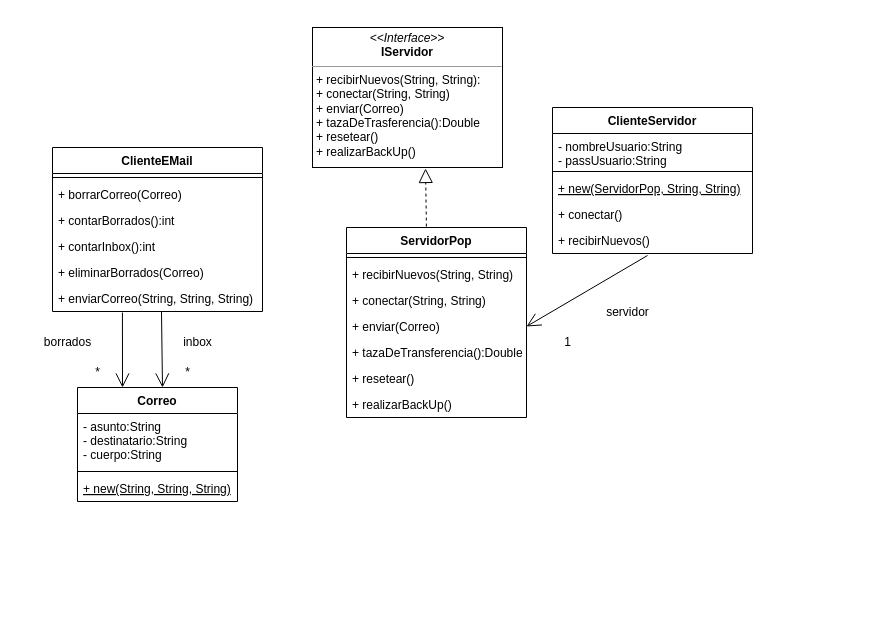
Earlier version of the draw.io diagram Unq-po2-tp6-clienteEMail.drawio (nhubczyk/Diagramas-UML). Source tidied: cells renumbered, new cells numbered last; positions are measured from the earlier drawing's top-left corner, leaving out a move shared by most shapes. Both pictures are drawn from the tidied source at 100%, with x=0, y=0 at pixel (32, 27).
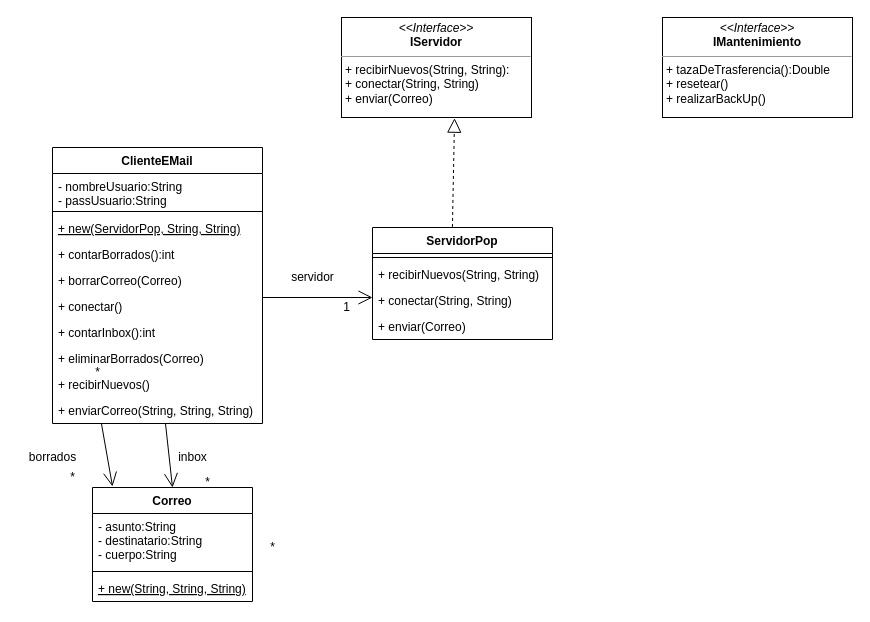
The same page after the edit.

The change refers to these unchanged cells:
```xml
<mxCell id="14" value="+ enviar(Correo)&#10;" style="text;strokeColor=none;fillColor=none;align=left;verticalAlign=top;spacingLeft=4;spacingRight=4;overflow=hidden;points=[[0,0.5],[1,0.5]];portConstraint=eastwest;" parent="10" vertex="1">
  <mxGeometry y="86" width="180" height="26" as="geometry" />
</mxCell>
```

What changed in the source:
```diff
@@
     <mxCell id="2" value="ClienteEMail" style="swimlane;fontStyle=1;align=center;verticalAlign=top;horizontal=1;startSize=26;" parent="1" vertex="1">
-      <mxGeometry x="20" y="120" width="210" height="164" as="geometry" />
+      <mxGeometry x="20" y="120" width="210" height="276" as="geometry" />
     </mxCell>
+    <mxCell id="26" value="- nombreUsuario:String&#10;- passUsuario:String&#10;" style="text;strokeColor=none;fillColor=none;align=left;verticalAlign=top;spacingLeft=4;spacingRight=4;overflow=hidden;" parent="2" vertex="1">
+      <mxGeometry y="26" width="210" height="34" as="geometry" />
+    </mxCell>
     <mxCell id="3" style="line;strokeWidth=1;fillColor=none;align=left;verticalAlign=middle;spacingTop=-1;spacingLeft=3;spacingRight=3;labelPosition=right;strokeColor=inherit;" parent="2" vertex="1">
-      <mxGeometry y="26" width="210" height="8" as="geometry" />
+      <mxGeometry y="60" width="210" height="8" as="geometry" />
     </mxCell>
+    <mxCell id="28" value="+ new(ServidorPop, String, String)" style="text;strokeColor=none;fillColor=none;align=left;verticalAlign=top;spacingLeft=4;spacingRight=4;overflow=hidden;fontStyle=4;" parent="2" vertex="1">
+      <mxGeometry y="68" width="210" height="26" as="geometry" />
+    </mxCell>
+    <mxCell id="5" value="+ contarBorrados():int" style="text;strokeColor=none;fillColor=none;align=left;verticalAlign=top;spacingLeft=4;spacingRight=4;overflow=hidden;fontStyle=0;" parent="2" vertex="1">
+      <mxGeometry y="94" width="210" height="26" as="geometry" />
+    </mxCell>
     <mxCell id="4" value="+ borrarCorreo(Correo)" style="text;strokeColor=none;fillColor=none;align=left;verticalAlign=top;spacingLeft=4;spacingRight=4;overflow=hidden;fontStyle=0;" parent="2" vertex="1">
-      <mxGeometry y="34" width="210" height="26" as="geometry" />
+      <mxGeometry y="120" width="210" height="26" as="geometry" />
     </mxCell>
-    <mxCell id="5" value="+ contarBorrados():int" style="text;strokeColor=none;fillColor=none;align=left;verticalAlign=top;spacingLeft=4;spacingRight=4;overflow=hidden;fontStyle=0;" parent="2" vertex="1">
-      <mxGeometry y="60" width="210" height="26" as="geometry" />
-    </mxCell>
+    <mxCell id="29" value="+ conectar()" style="text;strokeColor=none;fillColor=none;align=left;verticalAlign=top;spacingLeft=4;spacingRight=4;overflow=hidden;fontStyle=0;" parent="2" vertex="1">
+      <mxGeometry y="146" width="210" height="26" as="geometry" />
+    </mxCell>
     <mxCell id="6" value="+ contarInbox():int" style="text;strokeColor=none;fillColor=none;align=left;verticalAlign=top;spacingLeft=4;spacingRight=4;overflow=hidden;fontStyle=0;" parent="2" vertex="1">
-      <mxGeometry y="86" width="210" height="26" as="geometry" />
+      <mxGeometry y="172" width="210" height="26" as="geometry" />
     </mxCell>
     <mxCell id="7" value="+ eliminarBorrados(Correo)" style="text;strokeColor=none;fillColor=none;align=left;verticalAlign=top;spacingLeft=4;spacingRight=4;overflow=hidden;fontStyle=0;" parent="2" vertex="1">
-      <mxGeometry y="112" width="210" height="26" as="geometry" />
+      <mxGeometry y="198" width="210" height="26" as="geometry" />
     </mxCell>
+    <mxCell id="30" value="+ recibirNuevos()" style="text;strokeColor=none;fillColor=none;align=left;verticalAlign=top;spacingLeft=4;spacingRight=4;overflow=hidden;points=[[0,0.5],[1,0.5]];portConstraint=eastwest;fontStyle=0;" parent="2" vertex="1">
+      <mxGeometry y="224" width="210" height="26" as="geometry" />
+    </mxCell>
     <mxCell id="8" value="+ enviarCorreo(String, String, String)" style="text;strokeColor=none;fillColor=none;align=left;verticalAlign=top;spacingLeft=4;spacingRight=4;overflow=hidden;points=[[0,0.5],[1,0.5]];portConstraint=eastwest;fontStyle=0;" parent="2" vertex="1">
-      <mxGeometry y="138" width="210" height="26" as="geometry" />
+      <mxGeometry y="250" width="210" height="26" as="geometry" />
     </mxCell>
-    <mxCell id="9" value="&lt;p style=&quot;margin:0px;margin-top:4px;text-align:center;&quot;&gt;&lt;i&gt;&amp;lt;&amp;lt;Interface&amp;gt;&amp;gt;&lt;/i&gt;&lt;br&gt;&lt;b&gt;IServidor&lt;/b&gt;&lt;/p&gt;&lt;hr size=&quot;1&quot;&gt;&lt;p style=&quot;margin:0px;margin-left:4px;&quot;&gt;&lt;/p&gt;&lt;p style=&quot;margin:0px;margin-left:4px;&quot;&gt;+ recibirNuevos(String, String):&lt;/p&gt;&lt;p style=&quot;margin:0px;margin-left:4px;&quot;&gt;+ conectar(String, String)&lt;/p&gt;&lt;p style=&quot;margin:0px;margin-left:4px;&quot;&gt;+ enviar(Correo)&lt;/p&gt;&lt;p style=&quot;margin:0px;margin-left:4px;&quot;&gt;+ tazaDeTrasferencia():Double&lt;/p&gt;&lt;p style=&quot;margin:0px;margin-left:4px;&quot;&gt;+ resetear()&lt;/p&gt;&lt;p style=&quot;margin:0px;margin-left:4px;&quot;&gt;+ realizarBackUp()&lt;/p&gt;" style="verticalAlign=top;align=left;overflow=fill;fontSize=12;fontFamily=Helvetica;html=1;" parent="1" vertex="1">
-      <mxGeometry x="280" width="190" height="140" as="geometry" />
+    <mxCell id="9" value="&lt;p style=&quot;margin:0px;margin-top:4px;text-align:center;&quot;&gt;&lt;i&gt;&amp;lt;&amp;lt;Interface&amp;gt;&amp;gt;&lt;/i&gt;&lt;br&gt;&lt;b&gt;IServidor&lt;/b&gt;&lt;/p&gt;&lt;hr size=&quot;1&quot;&gt;&lt;p style=&quot;margin:0px;margin-left:4px;&quot;&gt;&lt;/p&gt;&lt;p style=&quot;margin:0px;margin-left:4px;&quot;&gt;+ recibirNuevos(String, String):&lt;/p&gt;&lt;p style=&quot;margin:0px;margin-left:4px;&quot;&gt;+ conectar(String, String)&lt;/p&gt;&lt;p style=&quot;margin:0px;margin-left:4px;&quot;&gt;+ enviar(Correo)&lt;/p&gt;&lt;p style=&quot;margin:0px;margin-left:4px;&quot;&gt;&lt;br&gt;&lt;/p&gt;" style="verticalAlign=top;align=left;overflow=fill;fontSize=12;fontFamily=Helvetica;html=1;" parent="1" vertex="1">
+      <mxGeometry x="309" y="-10" width="190" height="100" as="geometry" />
     </mxCell>
     <mxCell id="10" value="ServidorPop" style="swimlane;fontStyle=1;align=center;verticalAlign=top;horizontal=1;startSize=26;" parent="1" vertex="1">
-      <mxGeometry x="314" y="200" width="180" height="190" as="geometry" />
+      <mxGeometry x="340" y="200" width="180" height="112" as="geometry" />
     </mxCell>
@@
-    <mxCell id="15" value="+ tazaDeTransferencia():Double&#10;" style="text;strokeColor=none;fillColor=none;align=left;verticalAlign=top;spacingLeft=4;spacingRight=4;overflow=hidden;" parent="10" vertex="1">
-      <mxGeometry y="112" width="180" height="26" as="geometry" />
-    </mxCell>
-    <mxCell id="16" value="+ resetear()" style="text;strokeColor=none;fillColor=none;align=left;verticalAlign=top;spacingLeft=4;spacingRight=4;overflow=hidden;" parent="10" vertex="1">
-      <mxGeometry y="138" width="180" height="26" as="geometry" />
-    </mxCell>
-    <mxCell id="17" value="+ realizarBackUp()" style="text;strokeColor=none;fillColor=none;align=left;verticalAlign=top;spacingLeft=4;spacingRight=4;overflow=hidden;" parent="10" vertex="1">
-      <mxGeometry y="164" width="180" height="26" as="geometry" />
-    </mxCell>
@@
-    <mxCell id="19" style="endArrow=open;endFill=1;endSize=12;html=1;rounded=0;entryX=0.5;entryY=0;entryDx=0;entryDy=0;exitX=0.519;exitY=1;exitDx=0;exitDy=0;exitPerimeter=0;" parent="1" edge="1" source="8">
-      <mxGeometry relative="1" as="geometry">
-        <mxPoint x="130" y="360" as="targetPoint" />
-      </mxGeometry>
-    </mxCell>
-    <mxCell id="20" value="inbox" style="text;html=1;align=center;verticalAlign=middle;strokeColor=none;fillColor=none;" parent="1" vertex="1">
-      <mxGeometry x="140" y="300" width="50" height="30" as="geometry" />
-    </mxCell>
-    <mxCell id="21" value="*" style="text;html=1;align=center;verticalAlign=middle;strokeColor=none;fillColor=none;" parent="1" vertex="1">
-      <mxGeometry x="140" y="330" width="30" height="30" as="geometry" />
-    </mxCell>
-    <mxCell id="22" style="endArrow=open;endFill=1;endSize=12;html=1;rounded=0;entryX=0.25;entryY=0;entryDx=0;entryDy=0;exitX=0.333;exitY=1.038;exitDx=0;exitDy=0;exitPerimeter=0;" parent="1" edge="1" source="8">
-      <mxGeometry relative="1" as="geometry">
-        <mxPoint x="90" y="360" as="targetPoint" />
-      </mxGeometry>
-    </mxCell>
-    <mxCell id="23" value="borrados&lt;br&gt;" style="text;html=1;align=center;verticalAlign=middle;strokeColor=none;fillColor=none;" parent="1" vertex="1">
-      <mxGeometry y="300" width="70" height="30" as="geometry" />
-    </mxCell>
@@
-    <mxCell id="25" value="ClienteServidor&#10;" style="swimlane;fontStyle=1;align=center;verticalAlign=top;horizontal=1;startSize=26;" parent="1" vertex="1">
-      <mxGeometry x="520" y="80" width="200" height="146" as="geometry" />
-    </mxCell>
-    <mxCell id="26" value="- nombreUsuario:String&#10;- passUsuario:String&#10;" style="text;strokeColor=none;fillColor=none;align=left;verticalAlign=top;spacingLeft=4;spacingRight=4;overflow=hidden;" parent="25" vertex="1">
-      <mxGeometry y="26" width="200" height="34" as="geometry" />
-    </mxCell>
-    <mxCell id="27" style="line;strokeWidth=1;fillColor=none;align=left;verticalAlign=middle;spacingTop=-1;spacingLeft=3;spacingRight=3;labelPosition=right;strokeColor=inherit;" parent="25" vertex="1">
-      <mxGeometry y="60" width="200" height="8" as="geometry" />
-    </mxCell>
-    <mxCell id="28" value="+ new(ServidorPop, String, String)" style="text;strokeColor=none;fillColor=none;align=left;verticalAlign=top;spacingLeft=4;spacingRight=4;overflow=hidden;fontStyle=4;" parent="25" vertex="1">
-      <mxGeometry y="68" width="200" height="26" as="geometry" />
-    </mxCell>
-    <mxCell id="29" value="+ conectar()" style="text;strokeColor=none;fillColor=none;align=left;verticalAlign=top;spacingLeft=4;spacingRight=4;overflow=hidden;fontStyle=0;" parent="25" vertex="1">
-      <mxGeometry y="94" width="200" height="26" as="geometry" />
-    </mxCell>
-    <mxCell id="30" value="+ recibirNuevos()" style="text;strokeColor=none;fillColor=none;align=left;verticalAlign=top;spacingLeft=4;spacingRight=4;overflow=hidden;points=[[0,0.5],[1,0.5]];portConstraint=eastwest;fontStyle=0;" parent="25" vertex="1">
-      <mxGeometry y="120" width="200" height="26" as="geometry" />
-    </mxCell>
-    <mxCell id="31" value="servidor" style="text;html=1;align=center;verticalAlign=middle;strokeColor=none;fillColor=none;" parent="1" vertex="1">
-      <mxGeometry x="560" y="270" width="70" height="30" as="geometry" />
-    </mxCell>
-    <mxCell id="32" value="1" style="text;html=1;align=center;verticalAlign=middle;strokeColor=none;fillColor=none;" parent="1" vertex="1">
-      <mxGeometry x="520" y="300" width="30" height="30" as="geometry" />
-    </mxCell>
-    <mxCell id="33" style="endArrow=open;endFill=1;endSize=12;html=1;rounded=0;exitX=0.475;exitY=1.077;exitDx=0;exitDy=0;exitPerimeter=0;entryX=1;entryY=0.5;entryDx=0;entryDy=0;" parent="1" edge="1" source="30" target="14">
-      <mxGeometry relative="1" as="geometry" />
-    </mxCell>
     <mxCell id="34" value="Correo" style="swimlane;fontStyle=1;align=center;verticalAlign=top;horizontal=1;startSize=26;" parent="1" vertex="1">
-      <mxGeometry x="45" y="360" width="160" height="114" as="geometry" />
+      <mxGeometry x="60" y="460" width="160" height="114" as="geometry" />
     </mxCell>
@@
+    <mxCell id="38" style="endArrow=open;endFill=1;endSize=12;html=1;rounded=0;" parent="1" edge="1">
+      <mxGeometry relative="1" as="geometry">
+        <mxPoint x="230" y="270" as="sourcePoint" />
+        <mxPoint x="340" y="270" as="targetPoint" />
+      </mxGeometry>
+    </mxCell>
+    <mxCell id="31" value="servidor" style="text;html=1;align=center;verticalAlign=middle;strokeColor=none;fillColor=none;" parent="1" vertex="1">
+      <mxGeometry x="245" y="235" width="70" height="30" as="geometry" />
+    </mxCell>
+    <mxCell id="32" value="1&lt;br&gt;" style="text;html=1;align=center;verticalAlign=middle;strokeColor=none;fillColor=none;" parent="1" vertex="1">
+      <mxGeometry x="299" y="265" width="30" height="30" as="geometry" />
+    </mxCell>
+    <mxCell id="39" style="endArrow=open;endFill=1;endSize=12;html=1;rounded=0;exitX=0.538;exitY=1;exitDx=0;exitDy=0;exitPerimeter=0;entryX=0.5;entryY=0;entryDx=0;entryDy=0;" parent="1" edge="1" source="8" target="34">
+      <mxGeometry relative="1" as="geometry" />
+    </mxCell>
+    <mxCell id="40" style="endArrow=open;endFill=1;endSize=12;html=1;rounded=0;exitX=0.233;exitY=1;exitDx=0;exitDy=0;exitPerimeter=0;entryX=0.125;entryY=-0.009;entryDx=0;entryDy=0;entryPerimeter=0;" parent="1" edge="1" source="8" target="34">
+      <mxGeometry relative="1" as="geometry" />
+    </mxCell>
+    <mxCell id="20" value="inbox" style="text;html=1;align=center;verticalAlign=middle;strokeColor=none;fillColor=none;" parent="1" vertex="1">
+      <mxGeometry x="135" y="415" width="50" height="30" as="geometry" />
+    </mxCell>
+    <mxCell id="41" value="*&lt;br&gt;" style="text;html=1;align=center;verticalAlign=middle;strokeColor=none;fillColor=none;" parent="1" vertex="1">
+      <mxGeometry x="160" y="440" width="30" height="30" as="geometry" />
+    </mxCell>
+    <mxCell id="23" value="borrados" style="text;html=1;align=center;verticalAlign=middle;strokeColor=none;fillColor=none;" parent="1" vertex="1">
+      <mxGeometry x="-15" y="415" width="70" height="30" as="geometry" />
+    </mxCell>
+    <mxCell id="42" value="*" style="text;html=1;align=center;verticalAlign=middle;strokeColor=none;fillColor=none;" parent="1" vertex="1">
+      <mxGeometry x="25" y="435" width="30" height="30" as="geometry" />
+    </mxCell>
+    <mxCell id="43" value="*" style="text;html=1;align=center;verticalAlign=middle;strokeColor=none;fillColor=none;" parent="1" vertex="1">
+      <mxGeometry x="225" y="505" width="30" height="30" as="geometry" />
+    </mxCell>
+    <mxCell id="44" value="&lt;p style=&quot;margin:0px;margin-top:4px;text-align:center;&quot;&gt;&lt;i&gt;&amp;lt;&amp;lt;Interface&amp;gt;&amp;gt;&lt;/i&gt;&lt;br&gt;&lt;b&gt;IMantenimiento&lt;/b&gt;&lt;/p&gt;&lt;hr size=&quot;1&quot;&gt;&lt;p style=&quot;margin:0px;margin-left:4px;&quot;&gt;&lt;/p&gt;&lt;p style=&quot;margin: 0px 0px 0px 4px;&quot;&gt;+ tazaDeTrasferencia():Double&lt;/p&gt;&lt;p style=&quot;margin: 0px 0px 0px 4px;&quot;&gt;+ resetear()&lt;/p&gt;&lt;p style=&quot;margin: 0px 0px 0px 4px;&quot;&gt;+ realizarBackUp()&lt;/p&gt;" style="verticalAlign=top;align=left;overflow=fill;fontSize=12;fontFamily=Helvetica;html=1;" parent="1" vertex="1">
+      <mxGeometry x="630" y="-10" width="190" height="100" as="geometry" />
+    </mxCell>
+    <mxCell id="45" style="edgeStyle=orthogonalEdgeStyle;rounded=0;orthogonalLoop=1;jettySize=auto;html=1;exitX=0.5;exitY=1;exitDx=0;exitDy=0;" parent="1" edge="1" source="9" target="9">
+      <mxGeometry relative="1" as="geometry" />
+    </mxCell>
```
